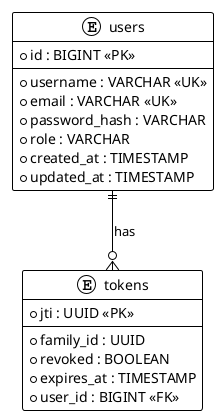
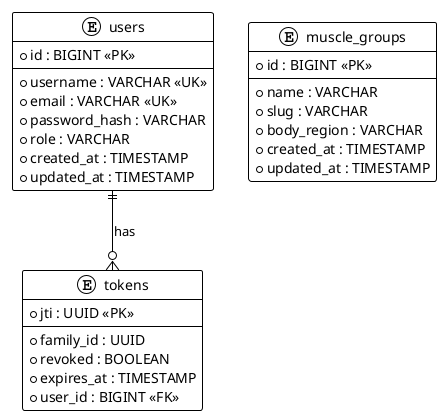
@startuml
!theme plain

entity "users" {
  * id : BIGINT <<PK>>
  --
  * username : VARCHAR <<UK>>
  * email : VARCHAR <<UK>>
  * password_hash : VARCHAR
  * role : VARCHAR
  * created_at : TIMESTAMP
  * updated_at : TIMESTAMP
}

entity "tokens" {
  * jti : UUID <<PK>>
  --
  * family_id : UUID
  * revoked : BOOLEAN
  * expires_at : TIMESTAMP
  * user_id : BIGINT <<FK>>
}

+ entity "muscle_groups" {
+   * id : BIGINT <<PK>>
+   --
+   * name : VARCHAR
+   * slug : VARCHAR
+   * body_region : VARCHAR
+   * created_at : TIMESTAMP
+   * updated_at : TIMESTAMP
+ }
+ 
"users" ||--o{ "tokens" : "has"

- @enduml+ @enduml
